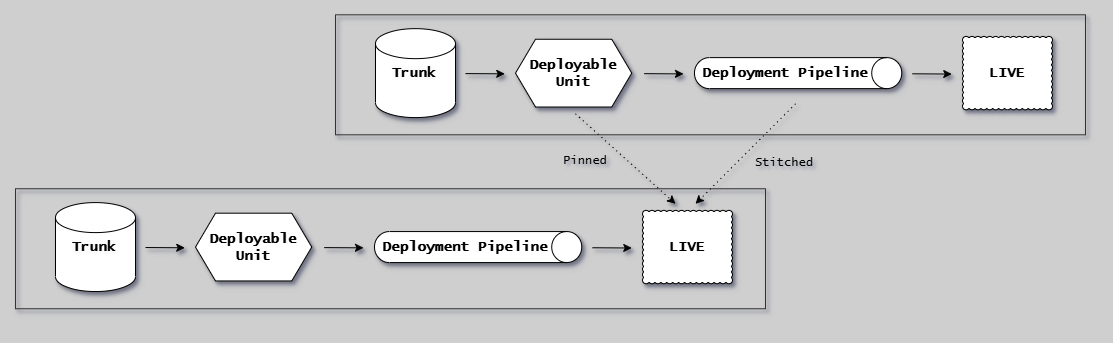
The draw.io diagram docs/assets/branching/pin-and-stitch.drawio.png in ready-to-release/eac, before a commit. Source tidied: cells renumbered, new cells last; positions are measured from the earlier drawing's top-left corner, leaving out a move shared by most shapes.
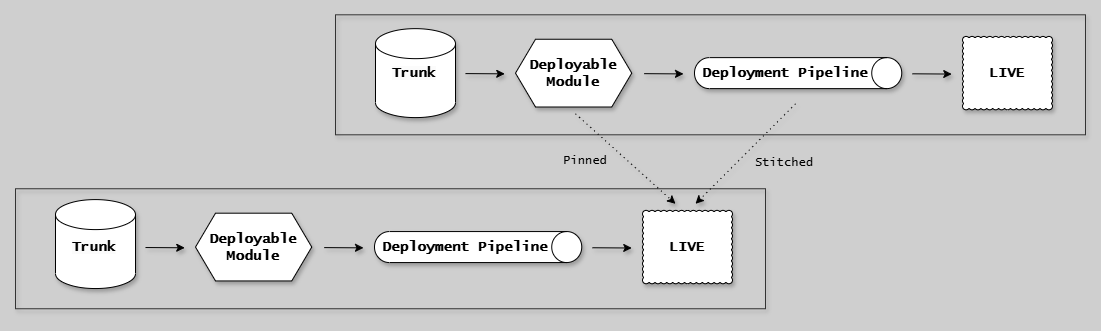
Above is the later version.

Change to the diagram source:
```diff
@@ -2,7 +2,7 @@
   <root>
     <mxCell id="0" />
     <mxCell id="1" parent="0" />
-    <mxCell id="2" value="Deployable&lt;br style=&quot;font-size: 14px;&quot;&gt;Unit" style="shape=hexagon;perimeter=hexagonPerimeter2;whiteSpace=wrap;html=1;fixedSize=1;fontFamily=Lucida Console;fontStyle=1;fontSize=14;shadow=1;" parent="1" vertex="1">
+    <mxCell id="2" value="Deployable&lt;br style=&quot;font-size: 14px;&quot;&gt;Module" style="shape=hexagon;perimeter=hexagonPerimeter2;whiteSpace=wrap;html=1;fixedSize=1;fontFamily=Lucida Console;fontStyle=1;fontSize=14;shadow=1;" parent="1" vertex="1">
       <mxGeometry x="511" y="69.7" width="116.2" height="67.8" as="geometry" />
     </mxCell>
     <mxCell id="3" style="shape=cylinder3;whiteSpace=wrap;html=1;boundedLbl=1;backgroundOutline=1;size=15;fontFamily=Lucida Console;fontStyle=1;fontSize=14;shadow=1;" parent="1" vertex="1">
@@ -35,11 +35,11 @@
     <mxCell id="9" value="&lt;span style=&quot;color: rgb(0, 0, 0); font-size: 14px; font-style: normal; font-variant-ligatures: normal; font-variant-caps: normal; font-weight: 700; letter-spacing: normal; orphans: 2; text-align: center; text-indent: 0px; text-transform: none; widows: 2; word-spacing: 0px; -webkit-text-stroke-width: 0px; background-color: rgb(251, 251, 251); text-decoration-thickness: initial; text-decoration-style: initial; text-decoration-color: initial; float: none; display: inline !important;&quot;&gt;Trunk&lt;/span&gt;" style="text;whiteSpace=wrap;html=1;fontFamily=Lucida Console;shadow=1;" parent="1" vertex="1">
       <mxGeometry x="386" y="88.6" width="60" height="30" as="geometry" />
     </mxCell>
-    <mxCell id="10" value="Deployable&lt;br style=&quot;font-size: 14px;&quot;&gt;Unit" style="shape=hexagon;perimeter=hexagonPerimeter2;whiteSpace=wrap;html=1;fixedSize=1;fontFamily=Lucida Console;fontStyle=1;fontSize=14;shadow=1;" parent="1" vertex="1">
+    <mxCell id="10" value="Deployable&lt;br style=&quot;font-size: 14px;&quot;&gt;Module" style="shape=hexagon;perimeter=hexagonPerimeter2;whiteSpace=wrap;html=1;fixedSize=1;fontFamily=Lucida Console;fontStyle=1;fontSize=14;shadow=1;" parent="1" vertex="1">
       <mxGeometry x="191" y="243.7" width="116.2" height="67.8" as="geometry" />
     </mxCell>
     <mxCell id="11" style="shape=cylinder3;whiteSpace=wrap;html=1;boundedLbl=1;backgroundOutline=1;size=15;fontFamily=Lucida Console;fontStyle=1;fontSize=14;shadow=1;" parent="1" vertex="1">
-      <mxGeometry x="51" y="233.1" width="80" height="88.9" as="geometry" />
+      <mxGeometry x="51" y="230.1" width="80" height="88.9" as="geometry" />
     </mxCell>
     <mxCell id="12" value="LIVE" style="whiteSpace=wrap;html=1;shape=mxgraph.basic.cloud_rect;fontFamily=Lucida Console;fontStyle=1;fontSize=14;shadow=1;" parent="1" vertex="1">
       <mxGeometry x="638" y="240.9" width="90" height="73.4" as="geometry" />
```
